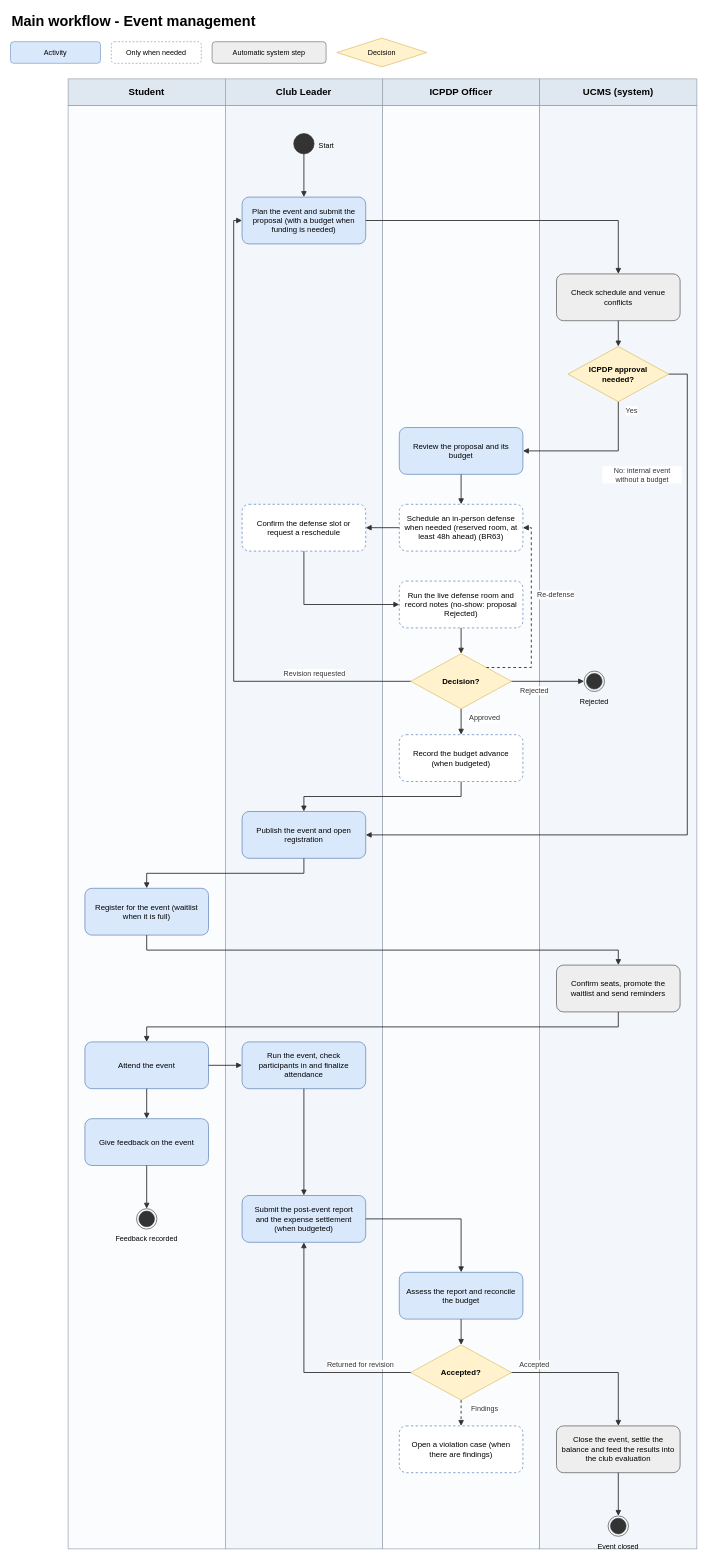
Earlier version of the draw.io diagram page "07 Event management" (7 of 7) of docs/03-diagrams/UCMS_Main_Workflow.drawio (nvdekay/ClubManagementSystem). Source tidied: cells renumbered, new cells numbered last; positions are measured from the earlier drawing's top-left corner, leaving out a move shared by most shapes. Both pictures are drawn from the tidied source at 60%, with x=0, y=0 at pixel (10, 10).
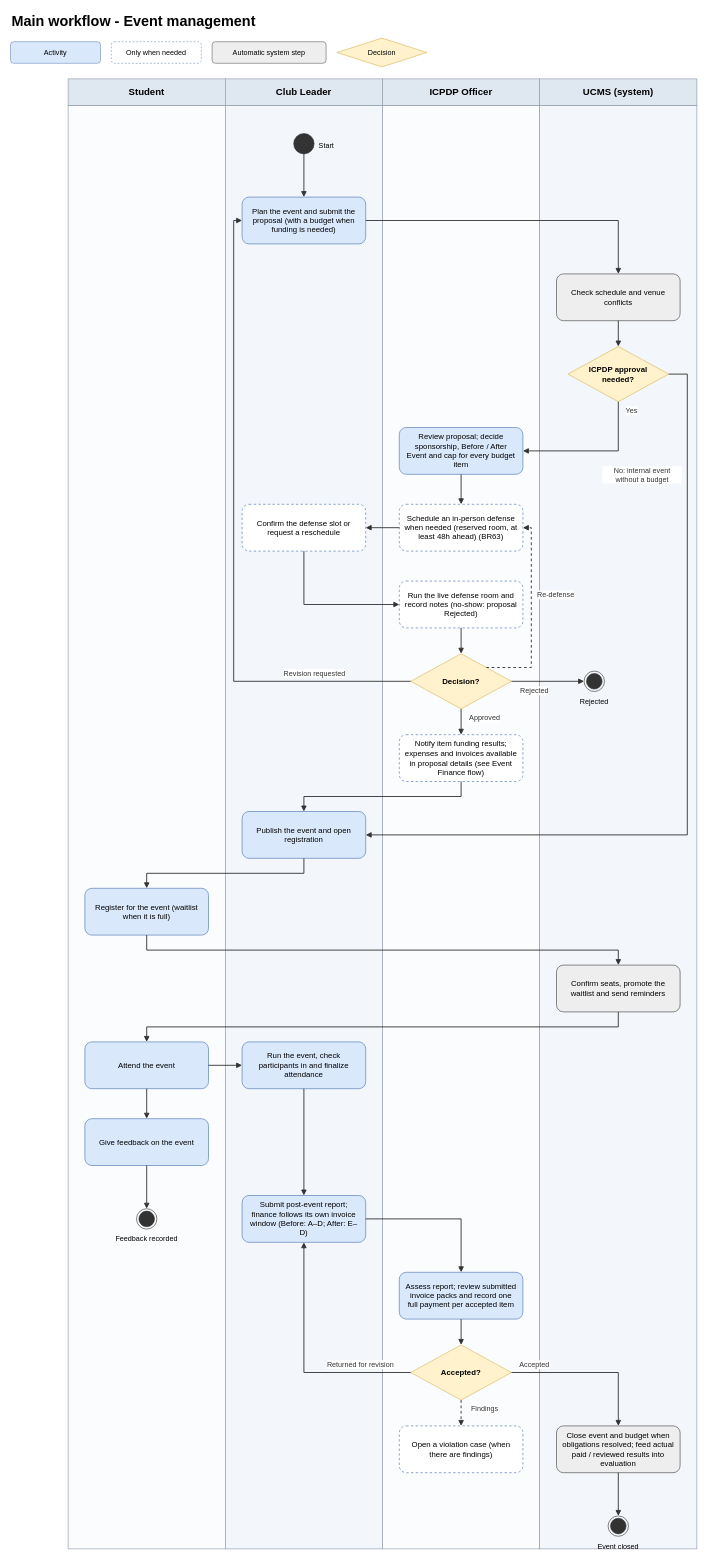
After the change.

The edit, as a diff of the source:
```diff
@@
-    <mxCell id="20" value="Review the proposal and its budget" style="rounded=1;whiteSpace=wrap;html=1;fillColor=#dae8fc;strokeColor=#6c8ebf;fontSize=13;strokeWidth=1.3;spacing=10;" parent="1" vertex="1">
+    <mxCell id="20" value="Review proposal; decide sponsorship, Before / After Event and cap for every budget item" style="rounded=1;whiteSpace=wrap;html=1;fillColor=#dae8fc;strokeColor=#6c8ebf;fontSize=13;strokeWidth=1.3;spacing=10;" parent="1" vertex="1">
       <mxGeometry x="648" y="695" width="206" height="78" as="geometry" />
     </mxCell>
@@
-    <mxCell id="24" value="Record the budget advance (when budgeted)" style="rounded=1;whiteSpace=wrap;html=1;fillColor=#ffffff;strokeColor=#6c8ebf;fontSize=13;strokeWidth=1.3;spacing=10;dashed=1;" parent="1" vertex="1">
+    <mxCell id="24" value="Notify item funding results; expenses and invoices available in proposal details (see Event Finance flow)" style="rounded=1;whiteSpace=wrap;html=1;fillColor=#ffffff;strokeColor=#6c8ebf;fontSize=13;strokeWidth=1.3;spacing=10;dashed=1;" parent="1" vertex="1">
       <mxGeometry x="648" y="1207" width="206" height="78" as="geometry" />
     </mxCell>
@@
-    <mxCell id="33" value="Submit the post-event report and the expense settlement (when budgeted)" style="rounded=1;whiteSpace=wrap;html=1;fillColor=#dae8fc;strokeColor=#6c8ebf;fontSize=13;strokeWidth=1.3;spacing=10;" parent="1" vertex="1">
+    <mxCell id="33" value="Submit post-event report; finance follows its own invoice window (Before: A–D; After: E–D)" style="rounded=1;whiteSpace=wrap;html=1;fillColor=#dae8fc;strokeColor=#6c8ebf;fontSize=13;strokeWidth=1.3;spacing=10;" parent="1" vertex="1">
       <mxGeometry x="386" y="1975" width="206" height="78" as="geometry" />
     </mxCell>
-    <mxCell id="34" value="Assess the report and reconcile the budget" style="rounded=1;whiteSpace=wrap;html=1;fillColor=#dae8fc;strokeColor=#6c8ebf;fontSize=13;strokeWidth=1.3;spacing=10;" parent="1" vertex="1">
+    <mxCell id="34" value="Assess report; review submitted invoice packs and record one full payment per accepted item" style="rounded=1;whiteSpace=wrap;html=1;fillColor=#dae8fc;strokeColor=#6c8ebf;fontSize=13;strokeWidth=1.3;spacing=10;" parent="1" vertex="1">
       <mxGeometry x="648" y="2103" width="206" height="78" as="geometry" />
     </mxCell>
@@
-    <mxCell id="37" value="Close the event, settle the balance and feed the results into the club evaluation" style="rounded=1;whiteSpace=wrap;html=1;fillColor=#eeeeee;strokeColor=#666666;fontSize=13;strokeWidth=1.3;spacing=10;" parent="1" vertex="1">
+    <mxCell id="37" value="Close event and budget when obligations resolved; feed actual paid / reviewed results into evaluation" style="rounded=1;whiteSpace=wrap;html=1;fillColor=#eeeeee;strokeColor=#666666;fontSize=13;strokeWidth=1.3;spacing=10;" parent="1" vertex="1">
       <mxGeometry x="910" y="2359" width="206" height="78" as="geometry" />
     </mxCell>
```
